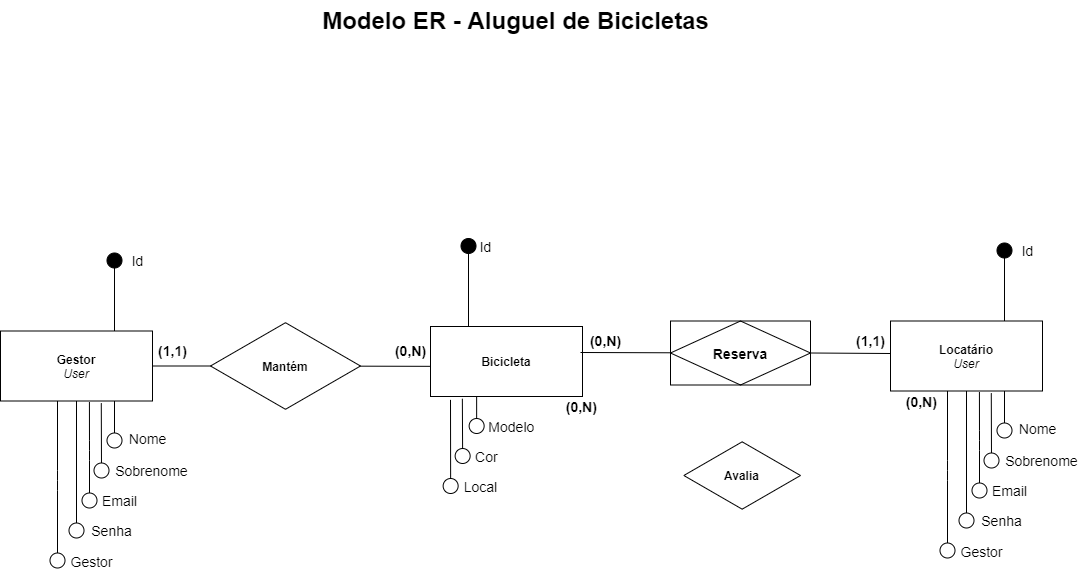
Above: docs/img/diagramas/modelo-er.drawio.png in renemennab/projeto-aluguel-de-bicicleta-mobile (draw.io), before the change. Source tidied: cells renumbered, new cells last; positions are measured from the earlier drawing's top-left corner, leaving out a move shared by most shapes.
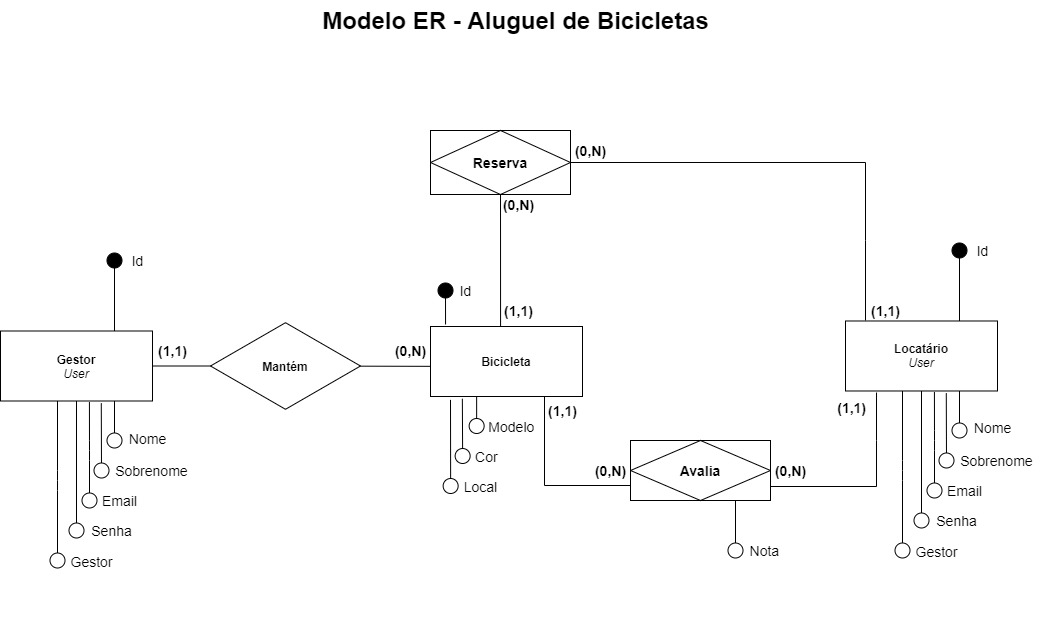
The same diagram one commit later.

Commit message:
add entidades associativas

Change to the diagram source:
```diff
@@ -85,10 +85,10 @@
       <mxGeometry x="152" y="90" width="40" height="20" as="geometry" />
     </mxCell>
     <mxCell id="22" style="group;" parent="1" vertex="1">
-      <mxGeometry x="810" y="250" width="277" height="280" as="geometry" />
+      <mxGeometry x="630" y="250" width="412" height="370" as="geometry" />
     </mxCell>
     <mxCell id="23" style="group;" parent="22" vertex="1">
-      <mxGeometry x="80" y="-10" width="197" height="280" as="geometry" />
+      <mxGeometry x="215" y="-10" width="197" height="280" as="geometry" />
     </mxCell>
     <mxCell id="24" style="edgeStyle=none;html=1;exitX=0.75;exitY=0;exitDx=0;exitDy=0;endArrow=oval;endFill=1;endSize=15;" parent="23" edge="1" source="32">
       <mxGeometry relative="1" as="geometry">
@@ -151,12 +151,43 @@
     <mxCell id="36" value="&amp;nbsp; Sobrenome" style="text;html=1;align=center;verticalAlign=middle;strokeColor=none;fillColor=none;fontSize=14;" parent="23" vertex="1">
       <mxGeometry x="97" y="210" width="100" height="20" as="geometry" />
     </mxCell>
-    <mxCell id="37" value="&lt;b&gt;&amp;nbsp; &amp;nbsp;(0,N)&lt;/b&gt;" style="text;html=1;align=center;verticalAlign=middle;strokeColor=none;fillColor=none;fontSize=14;" parent="23" vertex="1">
-      <mxGeometry x="-5" y="150.5" width="60" height="20" as="geometry" />
-    </mxCell>
-    <mxCell id="38" value="&lt;b&gt;(1,1)&lt;/b&gt;" style="text;html=1;align=center;verticalAlign=middle;strokeColor=none;fillColor=none;fontSize=14;" parent="22" vertex="1">
-      <mxGeometry x="40" y="80" width="40" height="20" as="geometry" />
-    </mxCell>
+    <mxCell id="56" value="&lt;b&gt;(1,1)&lt;/b&gt;" style="text;html=1;align=center;verticalAlign=middle;strokeColor=none;fillColor=none;fontSize=14;" parent="23" vertex="1">
+      <mxGeometry x="20" y="60.5" width="40" height="20" as="geometry" />
+    </mxCell>
+    <mxCell id="57" value="&lt;b&gt;(1,1)&amp;nbsp;&amp;nbsp;&lt;/b&gt;" style="text;html=1;align=center;verticalAlign=middle;strokeColor=none;fillColor=none;fontSize=14;" parent="23" vertex="1">
+      <mxGeometry x="-15" y="157.5" width="50" height="20" as="geometry" />
+    </mxCell>
+    <mxCell id="58" style="edgeStyle=none;html=1;exitX=1;exitY=0.5;exitDx=0;exitDy=0;endArrow=none;endFill=0;rounded=0;" parent="22" edge="1" source="54">
+      <mxGeometry relative="1" as="geometry">
+        <mxPoint x="235" y="70" as="targetPoint" />
+        <Array as="points">
+          <mxPoint x="235" y="-88" />
+          <mxPoint x="235" y="-10" />
+        </Array>
+      </mxGeometry>
+    </mxCell>
+    <mxCell id="59" style="edgeStyle=none;html=1;exitX=0.75;exitY=1;exitDx=0;exitDy=0;fontSize=14;endArrow=oval;endFill=0;endSize=15;" parent="22" edge="1" source="55">
+      <mxGeometry relative="1" as="geometry">
+        <mxPoint x="105" y="300" as="targetPoint" />
+      </mxGeometry>
+    </mxCell>
+    <mxCell id="60" value="&amp;nbsp; &amp;nbsp;Nota" style="text;html=1;align=center;verticalAlign=middle;strokeColor=none;fillColor=none;fontSize=14;" parent="22" vertex="1">
+      <mxGeometry x="97.5" y="290" width="60" height="20" as="geometry" />
+    </mxCell>
+    <mxCell id="55" value="&lt;b&gt;Avalia&lt;/b&gt;" style="shape=associativeEntity;whiteSpace=wrap;html=1;align=center;fontSize=14;strokeColor=default;fillColor=none;" parent="22" vertex="1">
+      <mxGeometry y="190" width="140" height="60" as="geometry" />
+    </mxCell>
+    <mxCell id="61" style="edgeStyle=none;html=1;entryX=0.1;entryY=1.3;entryDx=0;entryDy=0;endArrow=none;endFill=0;exitX=0.204;exitY=1.022;exitDx=0;exitDy=0;exitPerimeter=0;entryPerimeter=0;rounded=0;" parent="22" edge="1" source="32" target="62">
+      <mxGeometry relative="1" as="geometry">
+        <Array as="points">
+          <mxPoint x="246" y="190" />
+          <mxPoint x="246" y="236" />
+        </Array>
+      </mxGeometry>
+    </mxCell>
+    <mxCell id="62" value="&lt;b&gt;(0,N)&lt;/b&gt;" style="text;html=1;align=center;verticalAlign=middle;points=[];strokeColor=none;fillColor=none;fontSize=14;" parent="22" vertex="1">
+      <mxGeometry x="135" y="210" width="50" height="20" as="geometry" />
+    </mxCell>
     <mxCell id="39" style="group;" parent="1" vertex="1">
       <mxGeometry x="430" y="235.5" width="175" height="260" as="geometry" />
     </mxCell>
@@ -181,13 +212,13 @@
     <mxCell id="43" value="&lt;b&gt;Bicicleta&lt;/b&gt;" style="whiteSpace=wrap;html=1;align=center;" parent="39" vertex="1">
       <mxGeometry y="90.5" width="152" height="70" as="geometry" />
     </mxCell>
-    <mxCell id="44" style="edgeStyle=none;html=1;exitX=0.25;exitY=0;exitDx=0;exitDy=0;endArrow=oval;endFill=1;endSize=15;" parent="39" edge="1" source="43">
+    <mxCell id="44" style="edgeStyle=none;html=1;endArrow=oval;endFill=1;endSize=15;exitX=0.099;exitY=-0.029;exitDx=0;exitDy=0;exitPerimeter=0;" parent="39" edge="1" source="43">
       <mxGeometry relative="1" as="geometry">
-        <mxPoint x="38" y="10" as="targetPoint" />
+        <mxPoint x="15" y="54.5" as="targetPoint" />
       </mxGeometry>
     </mxCell>
     <mxCell id="45" value="&lt;font style=&quot;font-size: 14px&quot;&gt;Id&lt;/font&gt;" style="text;html=1;align=center;verticalAlign=middle;strokeColor=none;fillColor=none;" parent="39" vertex="1">
-      <mxGeometry x="40" width="30" height="20" as="geometry" />
+      <mxGeometry x="20" y="44.5" width="30" height="20" as="geometry" />
     </mxCell>
     <mxCell id="46" value="&amp;nbsp; &amp;nbsp;Modelo" style="text;html=1;align=center;verticalAlign=middle;strokeColor=none;fillColor=none;fontSize=14;" parent="39" vertex="1">
       <mxGeometry x="40.1" y="180" width="70" height="20" as="geometry" />
@@ -198,28 +229,36 @@
     <mxCell id="48" value="Local" style="text;html=1;align=center;verticalAlign=middle;strokeColor=none;fillColor=none;fontSize=14;" parent="39" vertex="1">
       <mxGeometry x="25.1" y="240" width="50" height="20" as="geometry" />
     </mxCell>
-    <mxCell id="49" value="&lt;b&gt;&amp;nbsp; &amp;nbsp;(0,N)&lt;/b&gt;" style="text;html=1;align=center;verticalAlign=middle;strokeColor=none;fillColor=none;fontSize=14;" parent="39" vertex="1">
-      <mxGeometry x="115" y="160" width="60" height="20" as="geometry" />
-    </mxCell>
+    <mxCell id="63" value="&lt;b&gt;(1,1)&lt;/b&gt;" style="text;html=1;align=center;verticalAlign=middle;strokeColor=none;fillColor=none;fontSize=14;" parent="39" vertex="1">
+      <mxGeometry x="67.5" y="64.5" width="40" height="20" as="geometry" />
+    </mxCell>
+    <mxCell id="64" value="&lt;b&gt;(1,1)&lt;/b&gt;" style="text;html=1;align=center;verticalAlign=middle;strokeColor=none;fillColor=none;fontSize=14;" parent="39" vertex="1">
+      <mxGeometry x="112" y="164.5" width="40" height="20" as="geometry" />
+    </mxCell>
     <mxCell id="50" value="&lt;b&gt;(0,N)&lt;/b&gt;" style="text;html=1;align=center;verticalAlign=middle;strokeColor=none;fillColor=none;fontSize=14;" parent="1" vertex="1">
       <mxGeometry x="385" y="340" width="50" height="20" as="geometry" />
     </mxCell>
-    <mxCell id="51" value="&lt;b&gt;(0,N)&lt;/b&gt;" style="text;html=1;align=center;verticalAlign=middle;points=[];strokeColor=none;fillColor=none;fontSize=14;" parent="1" vertex="1">
-      <mxGeometry x="580" y="330" width="50" height="20" as="geometry" />
-    </mxCell>
-    <mxCell id="52" style="edgeStyle=none;html=1;exitX=1;exitY=0.5;exitDx=0;exitDy=0;fontSize=14;endArrow=none;endFill=0;endSize=15;" parent="1" edge="1" source="54">
-      <mxGeometry relative="1" as="geometry">
-        <mxPoint x="890" y="353" as="targetPoint" />
-      </mxGeometry>
-    </mxCell>
-    <mxCell id="53" style="edgeStyle=none;html=1;entryX=0;entryY=1.1;entryDx=0;entryDy=0;entryPerimeter=0;fontSize=14;endArrow=none;endFill=0;endSize=15;" parent="1" edge="1" source="54" target="51">
-      <mxGeometry relative="1" as="geometry" />
-    </mxCell>
+    <mxCell id="65" style="edgeStyle=none;rounded=0;html=1;entryX=0.461;entryY=0;entryDx=0;entryDy=0;entryPerimeter=0;endArrow=none;endFill=0;" parent="1" edge="1" source="54" target="43">
+      <mxGeometry relative="1" as="geometry" />
+    </mxCell>
     <mxCell id="54" value="&lt;b&gt;Reserva&lt;/b&gt;" style="shape=associativeEntity;whiteSpace=wrap;html=1;align=center;fontSize=14;strokeColor=default;fillColor=none;" parent="1" vertex="1">
-      <mxGeometry x="670" y="320.5" width="140" height="64" as="geometry" />
+      <mxGeometry x="430" y="130" width="140" height="64" as="geometry" />
     </mxCell>
-    <mxCell id="55" value="&lt;b&gt;Avalia&lt;/b&gt;" style="html=1;whiteSpace=wrap;shape=isoRectangle;fillColor=none;strokeColor=default;" parent="1" vertex="1">
-      <mxGeometry x="683.3" y="440" width="116.7" height="70" as="geometry" />
-    </mxCell>
+    <mxCell id="66" style="edgeStyle=none;html=1;exitX=0.75;exitY=1;exitDx=0;exitDy=0;entryX=0;entryY=0.75;entryDx=0;entryDy=0;endArrow=none;endFill=0;rounded=0;" parent="1" edge="1" source="43" target="55">
+      <mxGeometry relative="1" as="geometry">
+        <Array as="points">
+          <mxPoint x="544" y="485" />
+        </Array>
+      </mxGeometry>
+    </mxCell>
+    <mxCell id="67" value="&lt;b&gt;(0,N)&lt;/b&gt;" style="text;html=1;align=center;verticalAlign=middle;strokeColor=none;fillColor=none;fontSize=14;" parent="1" vertex="1">
+      <mxGeometry x="565" y="140" width="50" height="20" as="geometry" />
+    </mxCell>
+    <mxCell id="68" value="&lt;b&gt;(0,N)&lt;/b&gt;" style="text;html=1;align=center;verticalAlign=middle;strokeColor=none;fillColor=none;fontSize=14;" parent="1" vertex="1">
+      <mxGeometry x="492.5" y="194" width="50" height="20" as="geometry" />
+    </mxCell>
+    <mxCell id="69" value="&lt;b&gt;(0,N)&lt;/b&gt;" style="text;html=1;align=center;verticalAlign=middle;strokeColor=none;fillColor=none;fontSize=14;" parent="1" vertex="1">
+      <mxGeometry x="585" y="460" width="50" height="20" as="geometry" />
+    </mxCell>
   </root>
 </mxGraphModel>
```
